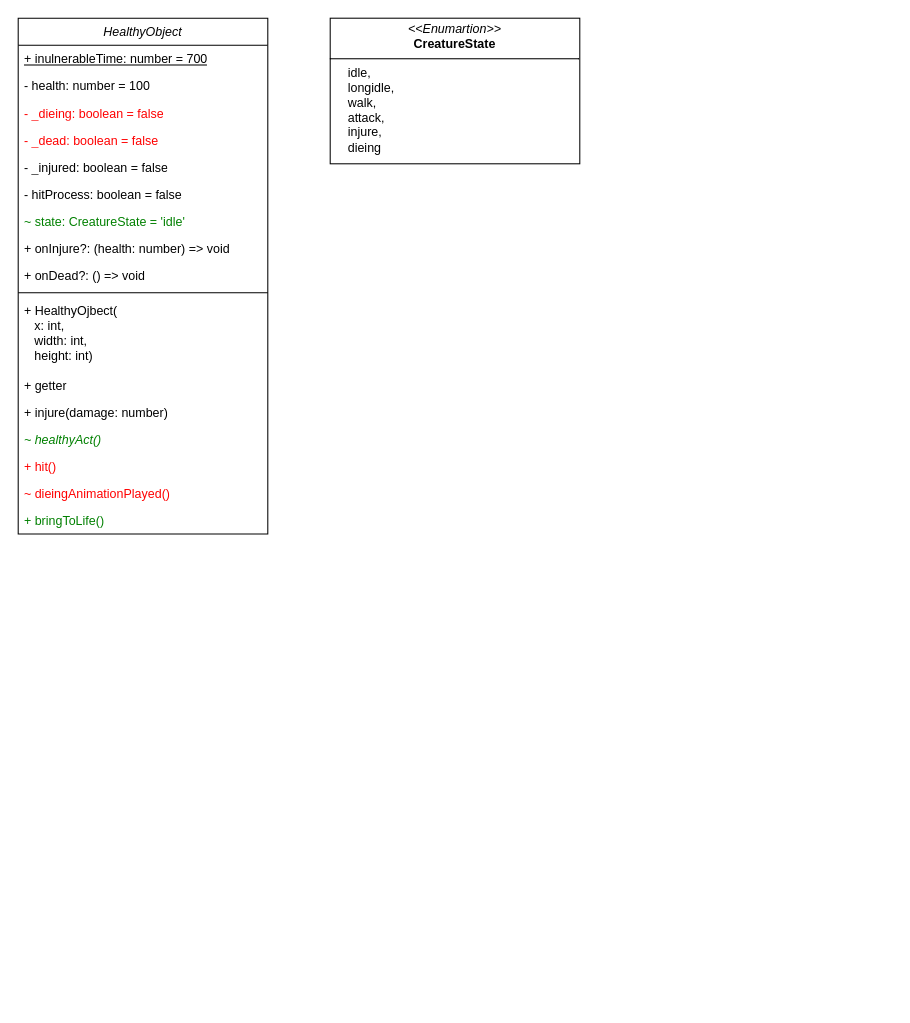
The draw.io diagram docs/issue/117-diagram.drawio in elma1989/el-pollo-loco, before the edit. Source tidied: cells renumbered, new cells numbered last; positions are measured from the earlier drawing's top-left corner, leaving out a move shared by most shapes. Both pictures are drawn from the tidied source at 104%, with x=0, y=0 at pixel (18, 18).
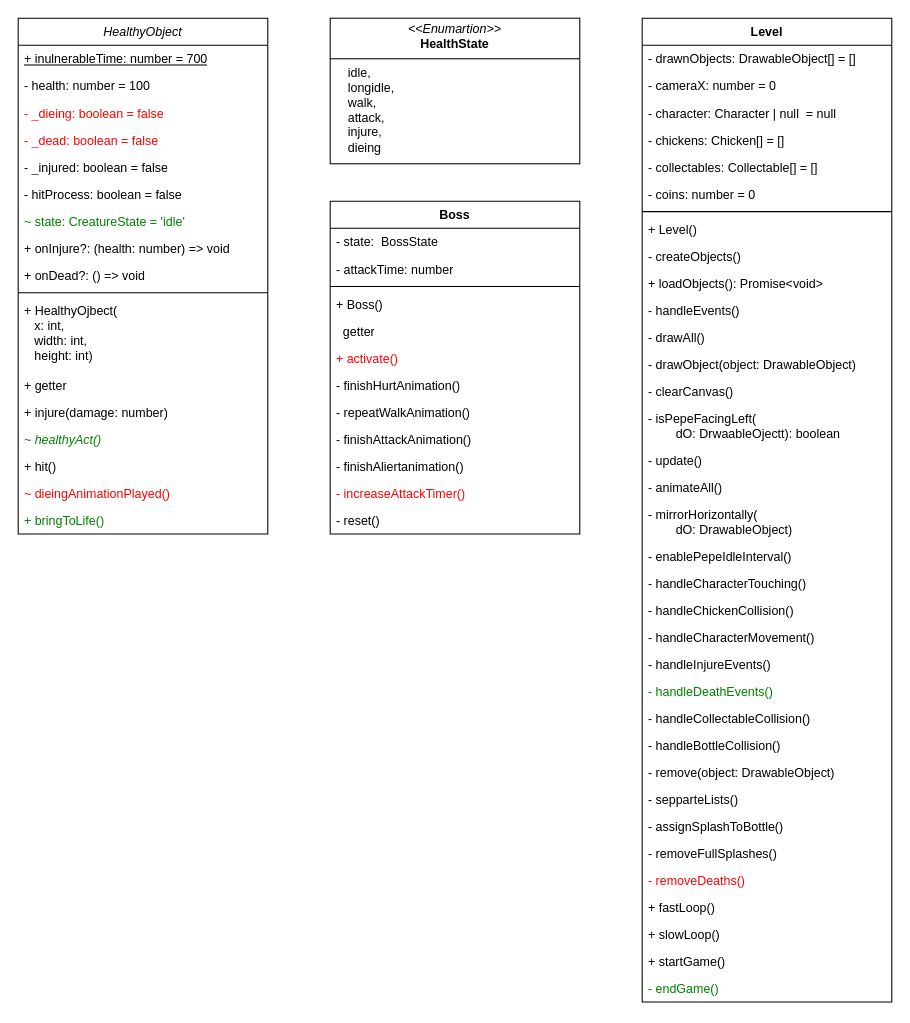
After the change.

Commit message (it also covers changes not shown here):
doc: Updated classes.drawio - updated classes to current state

Unchanged cells that the change refers to:
```xml
<mxCell id="2" value="HealthyObject" style="swimlane;align=center;verticalAlign=top;horizontal=1;startSize=26;whiteSpace=wrap;html=1;strokeColor=default;fontStyle=2;fontColor=default;" parent="1" vertex="1">
  <mxGeometry width="240" height="496" as="geometry" />
</mxCell>
```

The edit, as a diff of the source:
```diff
@@
-    <mxCell id="17" value="+ hit()" style="text;strokeColor=none;fillColor=none;align=left;verticalAlign=top;spacingLeft=4;spacingRight=4;overflow=hidden;whiteSpace=wrap;html=1;fontStyle=0;fontColor=light-dark(#FF0000,#FF8080);" parent="2" vertex="1">
+    <mxCell id="17" value="+ hit()" style="text;strokeColor=none;fillColor=none;align=left;verticalAlign=top;spacingLeft=4;spacingRight=4;overflow=hidden;whiteSpace=wrap;html=1;fontStyle=0;fontColor=default;" parent="2" vertex="1">
       <mxGeometry y="418" width="240" height="26" as="geometry" />
     </mxCell>
@@
-    <mxCell id="20" value="&lt;p style=&quot;margin:0px;margin-top:4px;text-align:center;&quot;&gt;&lt;i&gt;&amp;lt;&amp;lt;Enumartion&amp;gt;&amp;gt;&lt;/i&gt;&lt;br&gt;&lt;b&gt;CreatureState&lt;/b&gt;&lt;/p&gt;&lt;hr size=&quot;1&quot; style=&quot;border-style:solid;&quot;&gt;&lt;p style=&quot;margin:0px;margin-left:4px;&quot;&gt;&amp;nbsp; &amp;nbsp; idle,&lt;/p&gt;&lt;p style=&quot;margin:0px;margin-left:4px;&quot;&gt;&amp;nbsp; &amp;nbsp; longidle,&lt;/p&gt;&lt;p style=&quot;margin:0px;margin-left:4px;&quot;&gt;&amp;nbsp; &amp;nbsp; walk,&lt;/p&gt;&lt;p style=&quot;margin:0px;margin-left:4px;&quot;&gt;&amp;nbsp; &amp;nbsp; attack,&lt;/p&gt;&lt;p style=&quot;margin:0px;margin-left:4px;&quot;&gt;&amp;nbsp; &amp;nbsp; injure,&lt;/p&gt;&lt;p style=&quot;margin:0px;margin-left:4px;&quot;&gt;&amp;nbsp; &amp;nbsp; dieing&lt;span style=&quot;white-space: pre;&quot;&gt;&#9;&lt;/span&gt;&lt;br&gt;&lt;/p&gt;" style="verticalAlign=top;align=left;overflow=fill;html=1;whiteSpace=wrap;" parent="1" vertex="1">
+    <mxCell id="20" value="&lt;p style=&quot;margin:0px;margin-top:4px;text-align:center;&quot;&gt;&lt;i&gt;&amp;lt;&amp;lt;Enumartion&amp;gt;&amp;gt;&lt;/i&gt;&lt;br&gt;&lt;b&gt;HealthState&lt;/b&gt;&lt;/p&gt;&lt;hr size=&quot;1&quot; style=&quot;border-style:solid;&quot;&gt;&lt;p style=&quot;margin:0px;margin-left:4px;&quot;&gt;&amp;nbsp; &amp;nbsp; idle,&lt;/p&gt;&lt;p style=&quot;margin:0px;margin-left:4px;&quot;&gt;&amp;nbsp; &amp;nbsp; longidle,&lt;/p&gt;&lt;p style=&quot;margin:0px;margin-left:4px;&quot;&gt;&amp;nbsp; &amp;nbsp; walk,&lt;/p&gt;&lt;p style=&quot;margin:0px;margin-left:4px;&quot;&gt;&amp;nbsp; &amp;nbsp; attack,&lt;/p&gt;&lt;p style=&quot;margin:0px;margin-left:4px;&quot;&gt;&amp;nbsp; &amp;nbsp; injure,&lt;/p&gt;&lt;p style=&quot;margin:0px;margin-left:4px;&quot;&gt;&amp;nbsp; &amp;nbsp; dieing&lt;span style=&quot;white-space: pre;&quot;&gt;&#9;&lt;/span&gt;&lt;br&gt;&lt;/p&gt;" style="verticalAlign=top;align=left;overflow=fill;html=1;whiteSpace=wrap;" parent="1" vertex="1">
       <mxGeometry x="300" width="240" height="140" as="geometry" />
     </mxCell>
+    <mxCell id="21" value="Boss" style="swimlane;fontStyle=1;align=center;verticalAlign=top;horizontal=1;startSize=26;whiteSpace=wrap;html=1;strokeColor=default;" parent="1" vertex="1">
+      <mxGeometry x="300" y="176" width="240" height="320" as="geometry" />
+    </mxCell>
+    <mxCell id="22" value="- state:&amp;nbsp; BossState" style="text;strokeColor=none;fillColor=none;align=left;verticalAlign=top;spacingLeft=4;spacingRight=4;overflow=hidden;whiteSpace=wrap;html=1;" parent="21" vertex="1">
+      <mxGeometry y="26" width="240" height="26" as="geometry" />
+    </mxCell>
+    <mxCell id="23" value="- attackTime: number" style="text;strokeColor=none;fillColor=none;align=left;verticalAlign=top;spacingLeft=4;spacingRight=4;overflow=hidden;whiteSpace=wrap;html=1;" parent="21" vertex="1">
+      <mxGeometry y="52" width="240" height="26" as="geometry" />
+    </mxCell>
+    <mxCell id="24" style="line;strokeWidth=1;fillColor=none;align=left;verticalAlign=middle;spacingTop=-1;spacingLeft=3;spacingRight=3;labelPosition=right;strokeColor=inherit;" parent="21" vertex="1">
+      <mxGeometry y="78" width="240" height="8" as="geometry" />
+    </mxCell>
+    <mxCell id="25" value="+ Boss()" style="text;strokeColor=none;fillColor=none;align=left;verticalAlign=top;spacingLeft=4;spacingRight=4;overflow=hidden;whiteSpace=wrap;html=1;" parent="21" vertex="1">
+      <mxGeometry y="86" width="240" height="26" as="geometry" />
+    </mxCell>
+    <mxCell id="26" value="&amp;nbsp; getter" style="text;strokeColor=none;fillColor=none;align=left;verticalAlign=top;spacingLeft=4;spacingRight=4;overflow=hidden;whiteSpace=wrap;html=1;" parent="21" vertex="1">
+      <mxGeometry y="112" width="240" height="26" as="geometry" />
+    </mxCell>
+    <mxCell id="27" value="+ activate()" style="text;strokeColor=none;fillColor=none;align=left;verticalAlign=top;spacingLeft=4;spacingRight=4;overflow=hidden;whiteSpace=wrap;html=1;fontColor=light-dark(#FF0000,#FF8080);" parent="21" vertex="1">
+      <mxGeometry y="138" width="240" height="26" as="geometry" />
+    </mxCell>
+    <mxCell id="28" value="- finishHurtAnimation()" style="text;strokeColor=none;fillColor=none;align=left;verticalAlign=top;spacingLeft=4;spacingRight=4;overflow=hidden;whiteSpace=wrap;html=1;" parent="21" vertex="1">
+      <mxGeometry y="164" width="240" height="26" as="geometry" />
+    </mxCell>
+    <mxCell id="29" value="- repeatWalkAnimation()" style="text;strokeColor=none;fillColor=none;align=left;verticalAlign=top;spacingLeft=4;spacingRight=4;overflow=hidden;whiteSpace=wrap;html=1;" parent="21" vertex="1">
+      <mxGeometry y="190" width="240" height="26" as="geometry" />
+    </mxCell>
+    <mxCell id="30" value="- finishAttackAnimation()" style="text;strokeColor=none;fillColor=none;align=left;verticalAlign=top;spacingLeft=4;spacingRight=4;overflow=hidden;whiteSpace=wrap;html=1;" parent="21" vertex="1">
+      <mxGeometry y="216" width="240" height="26" as="geometry" />
+    </mxCell>
+    <mxCell id="31" value="- finishAliertanimation()" style="text;strokeColor=none;fillColor=none;align=left;verticalAlign=top;spacingLeft=4;spacingRight=4;overflow=hidden;whiteSpace=wrap;html=1;" parent="21" vertex="1">
+      <mxGeometry y="242" width="240" height="26" as="geometry" />
+    </mxCell>
+    <mxCell id="32" value="- increaseAttackTimer()" style="text;strokeColor=none;fillColor=none;align=left;verticalAlign=top;spacingLeft=4;spacingRight=4;overflow=hidden;whiteSpace=wrap;html=1;fontColor=light-dark(#FF0000,#FF8080);" parent="21" vertex="1">
+      <mxGeometry y="268" width="240" height="26" as="geometry" />
+    </mxCell>
+    <mxCell id="33" value="- reset()" style="text;strokeColor=none;fillColor=none;align=left;verticalAlign=top;spacingLeft=4;spacingRight=4;overflow=hidden;whiteSpace=wrap;html=1;fontColor=default;" parent="21" vertex="1">
+      <mxGeometry y="294" width="240" height="26" as="geometry" />
+    </mxCell>
+    <mxCell id="34" value="Level" style="swimlane;fontStyle=1;align=center;verticalAlign=top;horizontal=1;startSize=26;whiteSpace=wrap;html=1;" parent="1" vertex="1">
+      <mxGeometry x="600" width="240" height="946" as="geometry" />
+    </mxCell>
+    <mxCell id="35" value="- drawnObjects: DrawableObject[] = []" style="text;strokeColor=none;fillColor=none;align=left;verticalAlign=top;spacingLeft=4;spacingRight=4;overflow=hidden;whiteSpace=wrap;html=1;" parent="34" vertex="1">
+      <mxGeometry y="26" width="240" height="26" as="geometry" />
+    </mxCell>
+    <mxCell id="36" value="- cameraX: number = 0" style="text;strokeColor=none;fillColor=none;align=left;verticalAlign=top;spacingLeft=4;spacingRight=4;overflow=hidden;whiteSpace=wrap;html=1;" parent="34" vertex="1">
+      <mxGeometry y="52" width="240" height="26" as="geometry" />
+    </mxCell>
+    <mxCell id="37" value="- character: Character | null&amp;nbsp; = null" style="text;strokeColor=none;fillColor=none;align=left;verticalAlign=top;spacingLeft=4;spacingRight=4;overflow=hidden;whiteSpace=wrap;html=1;" parent="34" vertex="1">
+      <mxGeometry y="78" width="240" height="26" as="geometry" />
+    </mxCell>
+    <mxCell id="38" value="- chickens: Chicken[] = []" style="text;strokeColor=none;fillColor=none;align=left;verticalAlign=top;spacingLeft=4;spacingRight=4;overflow=hidden;whiteSpace=wrap;html=1;" parent="34" vertex="1">
+      <mxGeometry y="104" width="240" height="26" as="geometry" />
+    </mxCell>
+    <mxCell id="39" value="- collectables: Collectable[] = []" style="text;strokeColor=none;fillColor=none;align=left;verticalAlign=top;spacingLeft=4;spacingRight=4;overflow=hidden;whiteSpace=wrap;html=1;fontColor=default;" parent="34" vertex="1">
+      <mxGeometry y="130" width="240" height="26" as="geometry" />
+    </mxCell>
+    <mxCell id="40" value="- coins: number = 0" style="text;strokeColor=none;fillColor=none;align=left;verticalAlign=top;spacingLeft=4;spacingRight=4;overflow=hidden;whiteSpace=wrap;html=1;fontColor=default;" parent="34" vertex="1">
+      <mxGeometry y="156" width="240" height="26" as="geometry" />
+    </mxCell>
+    <mxCell id="41" style="line;strokeWidth=1;fillColor=none;align=left;verticalAlign=middle;spacingTop=-1;spacingLeft=3;spacingRight=3;labelPosition=right;strokeColor=inherit;" parent="34" vertex="1">
+      <mxGeometry y="182" width="240" height="8" as="geometry" />
+    </mxCell>
+    <mxCell id="42" value="+ Level()" style="text;strokeColor=none;fillColor=none;align=left;verticalAlign=top;spacingLeft=4;spacingRight=4;overflow=hidden;whiteSpace=wrap;html=1;" parent="34" vertex="1">
+      <mxGeometry y="190" width="240" height="26" as="geometry" />
+    </mxCell>
+    <mxCell id="43" value="- createObjects()" style="text;strokeColor=none;fillColor=none;align=left;verticalAlign=top;spacingLeft=4;spacingRight=4;overflow=hidden;whiteSpace=wrap;html=1;" parent="34" vertex="1">
+      <mxGeometry y="216" width="240" height="26" as="geometry" />
+    </mxCell>
+    <mxCell id="44" value="+ loadObjects(): Promise&amp;lt;void&amp;gt;" style="text;strokeColor=none;fillColor=none;align=left;verticalAlign=top;spacingLeft=4;spacingRight=4;overflow=hidden;whiteSpace=wrap;html=1;" parent="34" vertex="1">
+      <mxGeometry y="242" width="240" height="26" as="geometry" />
+    </mxCell>
+    <mxCell id="45" value="- handleEvents()" style="text;strokeColor=none;fillColor=none;align=left;verticalAlign=top;spacingLeft=4;spacingRight=4;overflow=hidden;whiteSpace=wrap;html=1;fontColor=default;" parent="34" vertex="1">
+      <mxGeometry y="268" width="240" height="26" as="geometry" />
+    </mxCell>
+    <mxCell id="46" value="- drawAll()" style="text;strokeColor=none;fillColor=none;align=left;verticalAlign=top;spacingLeft=4;spacingRight=4;overflow=hidden;whiteSpace=wrap;html=1;" parent="34" vertex="1">
+      <mxGeometry y="294" width="240" height="26" as="geometry" />
+    </mxCell>
+    <mxCell id="47" value="- drawObject(object: DrawableObject)" style="text;strokeColor=none;fillColor=none;align=left;verticalAlign=top;spacingLeft=4;spacingRight=4;overflow=hidden;whiteSpace=wrap;html=1;fontColor=default;" parent="34" vertex="1">
+      <mxGeometry y="320" width="240" height="26" as="geometry" />
+    </mxCell>
+    <mxCell id="48" value="- clearCanvas()" style="text;align=left;verticalAlign=top;spacingLeft=4;spacingRight=4;overflow=hidden;whiteSpace=wrap;html=1;" parent="34" vertex="1">
+      <mxGeometry y="346" width="240" height="26" as="geometry" />
+    </mxCell>
+    <mxCell id="49" value="- isPepeFacingLeft(&lt;div&gt;&lt;span style=&quot;white-space: pre;&quot;&gt;&#9;&lt;/span&gt;dO: DrwaableOjectt): boolean&lt;/div&gt;" style="text;strokeColor=none;fillColor=none;align=left;verticalAlign=top;spacingLeft=4;spacingRight=4;overflow=hidden;whiteSpace=wrap;html=1;" parent="34" vertex="1">
+      <mxGeometry y="372" width="240" height="40" as="geometry" />
+    </mxCell>
+    <mxCell id="50" value="- update()" style="text;strokeColor=none;fillColor=none;align=left;verticalAlign=top;spacingLeft=4;spacingRight=4;overflow=hidden;whiteSpace=wrap;html=1;" parent="34" vertex="1">
+      <mxGeometry y="412" width="240" height="26" as="geometry" />
+    </mxCell>
+    <mxCell id="51" value="- animateAll()" style="text;strokeColor=none;fillColor=none;align=left;verticalAlign=top;spacingLeft=4;spacingRight=4;overflow=hidden;whiteSpace=wrap;html=1;" parent="34" vertex="1">
+      <mxGeometry y="438" width="240" height="26" as="geometry" />
+    </mxCell>
+    <mxCell id="52" value="- mirrorHorizontally(&lt;div&gt;&lt;span style=&quot;white-space: pre;&quot;&gt;&#9;&lt;/span&gt;dO: DrawableObject)&lt;/div&gt;" style="text;strokeColor=none;fillColor=none;align=left;verticalAlign=top;spacingLeft=4;spacingRight=4;overflow=hidden;whiteSpace=wrap;html=1;" parent="34" vertex="1">
+      <mxGeometry y="464" width="240" height="40" as="geometry" />
+    </mxCell>
+    <mxCell id="53" value="- enablePepeIdleInterval()" style="text;strokeColor=none;fillColor=none;align=left;verticalAlign=top;spacingLeft=4;spacingRight=4;overflow=hidden;whiteSpace=wrap;html=1;" parent="34" vertex="1">
+      <mxGeometry y="504" width="240" height="26" as="geometry" />
+    </mxCell>
+    <mxCell id="54" value="- handleCharacterTouching()" style="text;strokeColor=none;fillColor=none;align=left;verticalAlign=top;spacingLeft=4;spacingRight=4;overflow=hidden;whiteSpace=wrap;html=1;" parent="34" vertex="1">
+      <mxGeometry y="530" width="240" height="26" as="geometry" />
+    </mxCell>
+    <mxCell id="55" value="- handleChickenCollision()" style="text;strokeColor=none;fillColor=none;align=left;verticalAlign=top;spacingLeft=4;spacingRight=4;overflow=hidden;whiteSpace=wrap;html=1;fontColor=default;" parent="34" vertex="1">
+      <mxGeometry y="556" width="240" height="26" as="geometry" />
+    </mxCell>
+    <mxCell id="56" value="- handleCharacterMovement()" style="text;strokeColor=none;fillColor=none;align=left;verticalAlign=top;spacingLeft=4;spacingRight=4;overflow=hidden;whiteSpace=wrap;html=1;fontColor=default;" parent="34" vertex="1">
+      <mxGeometry y="582" width="240" height="26" as="geometry" />
+    </mxCell>
+    <mxCell id="57" value="- handleInjureEvents()" style="text;strokeColor=none;fillColor=none;align=left;verticalAlign=top;spacingLeft=4;spacingRight=4;overflow=hidden;whiteSpace=wrap;html=1;fontColor=default;" parent="34" vertex="1">
+      <mxGeometry y="608" width="240" height="26" as="geometry" />
+    </mxCell>
+    <mxCell id="58" value="- handleDeathEvents()" style="text;strokeColor=none;fillColor=none;align=left;verticalAlign=top;spacingLeft=4;spacingRight=4;overflow=hidden;whiteSpace=wrap;html=1;fontColor=light-dark(#008000,#80FF80);" parent="34" vertex="1">
+      <mxGeometry y="634" width="240" height="26" as="geometry" />
+    </mxCell>
+    <mxCell id="59" value="- handleCollectableCollision()" style="text;strokeColor=none;fillColor=none;align=left;verticalAlign=top;spacingLeft=4;spacingRight=4;overflow=hidden;whiteSpace=wrap;html=1;fontColor=default;" parent="34" vertex="1">
+      <mxGeometry y="660" width="240" height="26" as="geometry" />
+    </mxCell>
+    <mxCell id="60" value="- handleBottleCollision()" style="text;strokeColor=none;fillColor=none;align=left;verticalAlign=top;spacingLeft=4;spacingRight=4;overflow=hidden;whiteSpace=wrap;html=1;fontColor=default;" parent="34" vertex="1">
+      <mxGeometry y="686" width="240" height="26" as="geometry" />
+    </mxCell>
+    <mxCell id="61" value="- remove(object: DrawableObject)" style="text;strokeColor=none;fillColor=none;align=left;verticalAlign=top;spacingLeft=4;spacingRight=4;overflow=hidden;whiteSpace=wrap;html=1;fontColor=default;" parent="34" vertex="1">
+      <mxGeometry y="712" width="240" height="26" as="geometry" />
+    </mxCell>
+    <mxCell id="62" value="- sepparteLists()" style="text;strokeColor=none;fillColor=none;align=left;verticalAlign=top;spacingLeft=4;spacingRight=4;overflow=hidden;whiteSpace=wrap;html=1;fontColor=default;" parent="34" vertex="1">
+      <mxGeometry y="738" width="240" height="26" as="geometry" />
+    </mxCell>
+    <mxCell id="63" value="- assignSplashToBottle()" style="text;strokeColor=none;fillColor=none;align=left;verticalAlign=top;spacingLeft=4;spacingRight=4;overflow=hidden;whiteSpace=wrap;html=1;fontColor=default;" parent="34" vertex="1">
+      <mxGeometry y="764" width="240" height="26" as="geometry" />
+    </mxCell>
+    <mxCell id="64" value="- removeFullSplashes()" style="text;strokeColor=none;fillColor=none;align=left;verticalAlign=top;spacingLeft=4;spacingRight=4;overflow=hidden;whiteSpace=wrap;html=1;fontColor=default;" parent="34" vertex="1">
+      <mxGeometry y="790" width="240" height="26" as="geometry" />
+    </mxCell>
+    <mxCell id="65" value="- removeDeaths()" style="text;strokeColor=none;fillColor=none;align=left;verticalAlign=top;spacingLeft=4;spacingRight=4;overflow=hidden;whiteSpace=wrap;html=1;fontColor=light-dark(#FF0000,#FF8080);" parent="34" vertex="1">
+      <mxGeometry y="816" width="240" height="26" as="geometry" />
+    </mxCell>
+    <mxCell id="66" value="+ fastLoop()" style="text;strokeColor=none;fillColor=none;align=left;verticalAlign=top;spacingLeft=4;spacingRight=4;overflow=hidden;whiteSpace=wrap;html=1;fontColor=default;" parent="34" vertex="1">
+      <mxGeometry y="842" width="240" height="26" as="geometry" />
+    </mxCell>
+    <mxCell id="67" value="+ slowLoop()" style="text;strokeColor=none;fillColor=none;align=left;verticalAlign=top;spacingLeft=4;spacingRight=4;overflow=hidden;whiteSpace=wrap;html=1;fontColor=default;" parent="34" vertex="1">
+      <mxGeometry y="868" width="240" height="26" as="geometry" />
+    </mxCell>
+    <mxCell id="68" value="+ startGame()" style="text;strokeColor=none;fillColor=none;align=left;verticalAlign=top;spacingLeft=4;spacingRight=4;overflow=hidden;whiteSpace=wrap;html=1;" parent="34" vertex="1">
+      <mxGeometry y="894" width="240" height="26" as="geometry" />
+    </mxCell>
+    <mxCell id="69" value="- endGame()" style="text;strokeColor=none;fillColor=none;align=left;verticalAlign=top;spacingLeft=4;spacingRight=4;overflow=hidden;whiteSpace=wrap;html=1;fontColor=light-dark(#008000,#80FF80);" parent="34" vertex="1">
+      <mxGeometry y="920" width="240" height="26" as="geometry" />
+    </mxCell>
```
